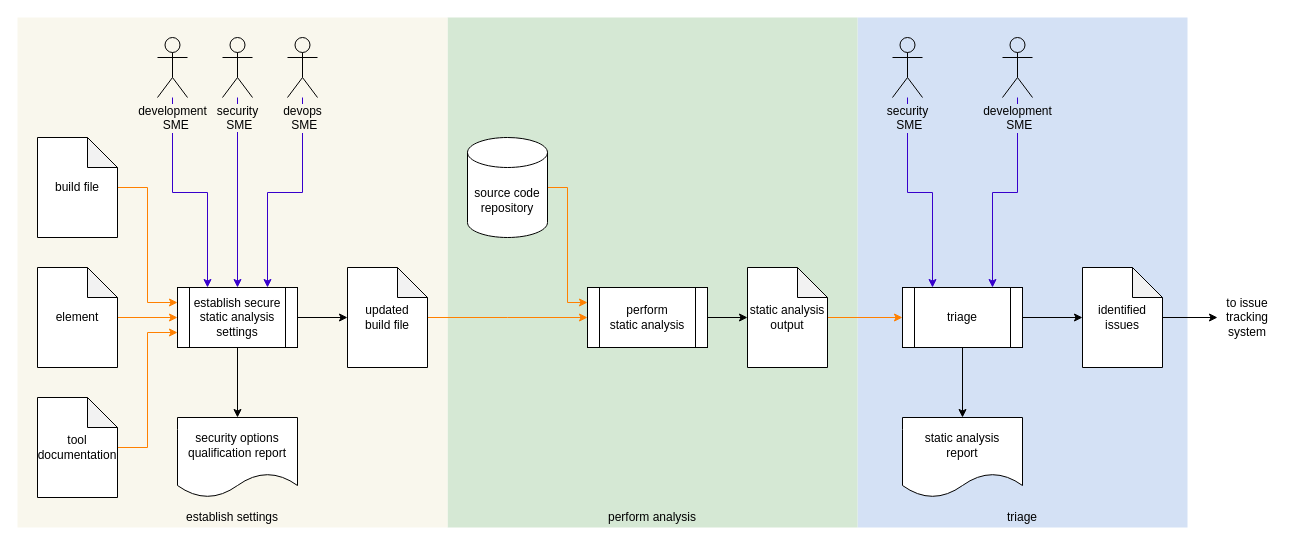
Above: source/reference_documents/secondary_documents/implementation phase/Static Analysis Report/images/source/static analysis workflow.drawio in AVCDL/AVCDL (draw.io), before the change. Source tidied: cells renumbered, new cells numbered last; positions are measured from the earlier drawing's top-left corner, leaving out a move shared by most shapes. Both pictures are drawn from the tidied source at 100%, with x=0, y=0 at pixel (17, 17).
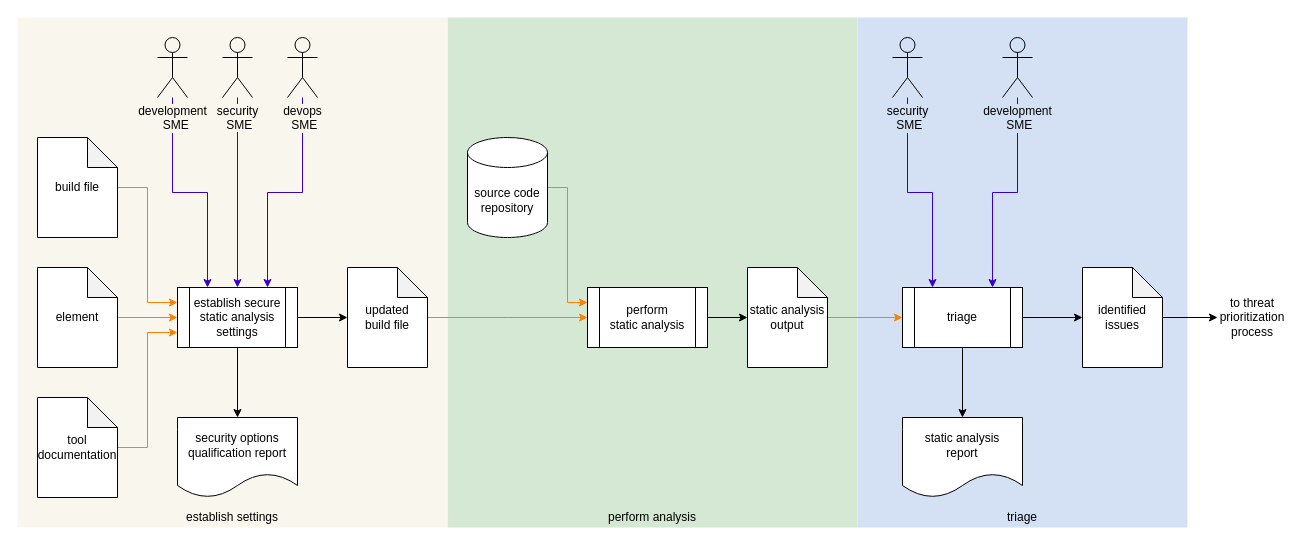
After the change.

Commit message (it also covers changes not shown here):
Updated Static Analysis Report secondary document (triage output should go to threat prioritization process)

Diff of the diagram source:
```diff
@@
-    <mxCell id="29" value="to issue tracking system" style="text;html=1;strokeColor=none;fillColor=none;align=center;verticalAlign=middle;whiteSpace=wrap;rounded=0;" parent="1" vertex="1">
-      <mxGeometry x="1200" y="280" width="60" height="40" as="geometry" />
+    <mxCell id="29" value="to threat&lt;div&gt;prioritization&lt;/div&gt;&lt;div&gt;process&lt;/div&gt;" style="text;html=1;strokeColor=none;fillColor=none;align=center;verticalAlign=middle;whiteSpace=wrap;rounded=0;" parent="1" vertex="1">
+      <mxGeometry x="1200" y="280" width="70" height="40" as="geometry" />
     </mxCell>
```
